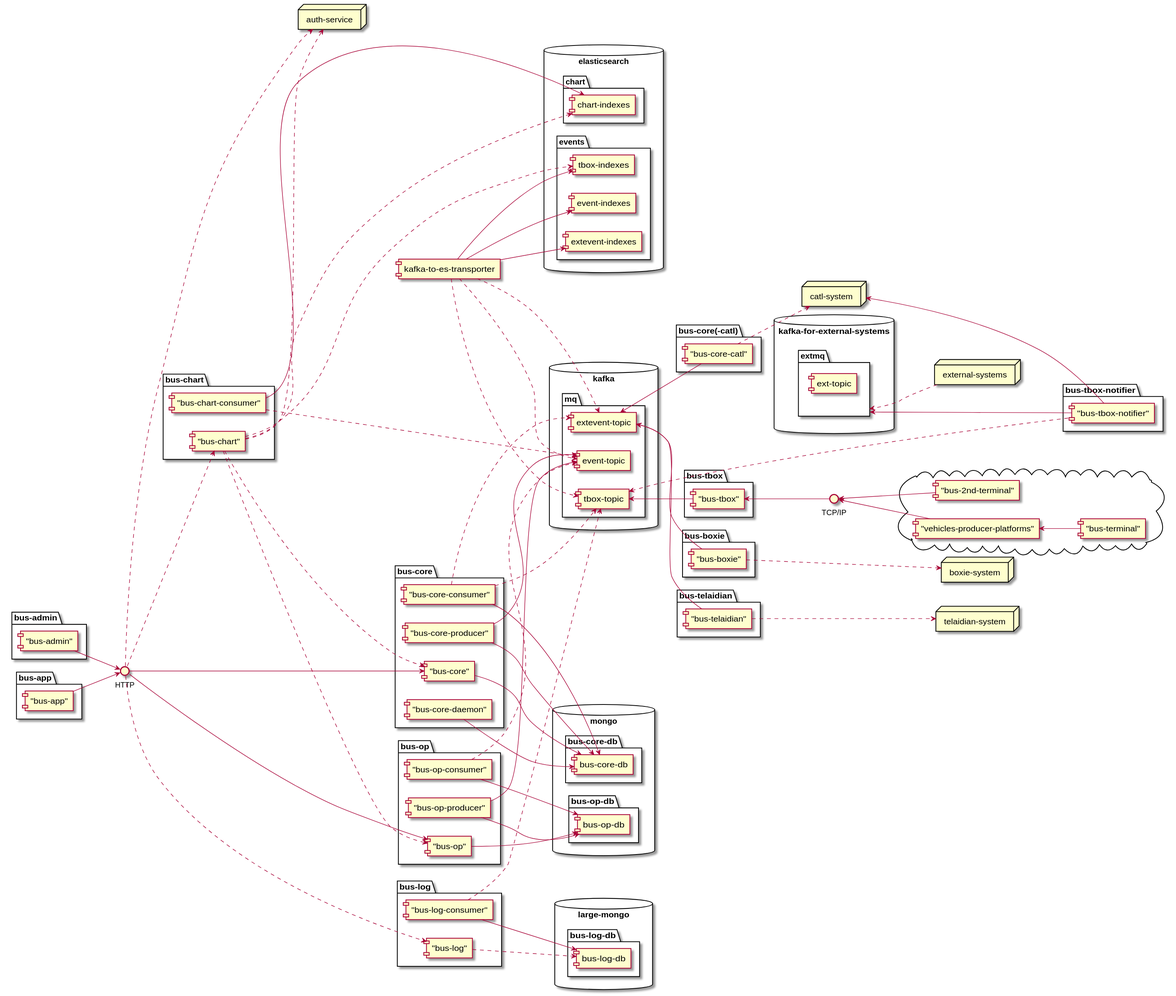
Above: arch/component-and-connector.svg in 36node/bus-docs (PlantUML), before the change.
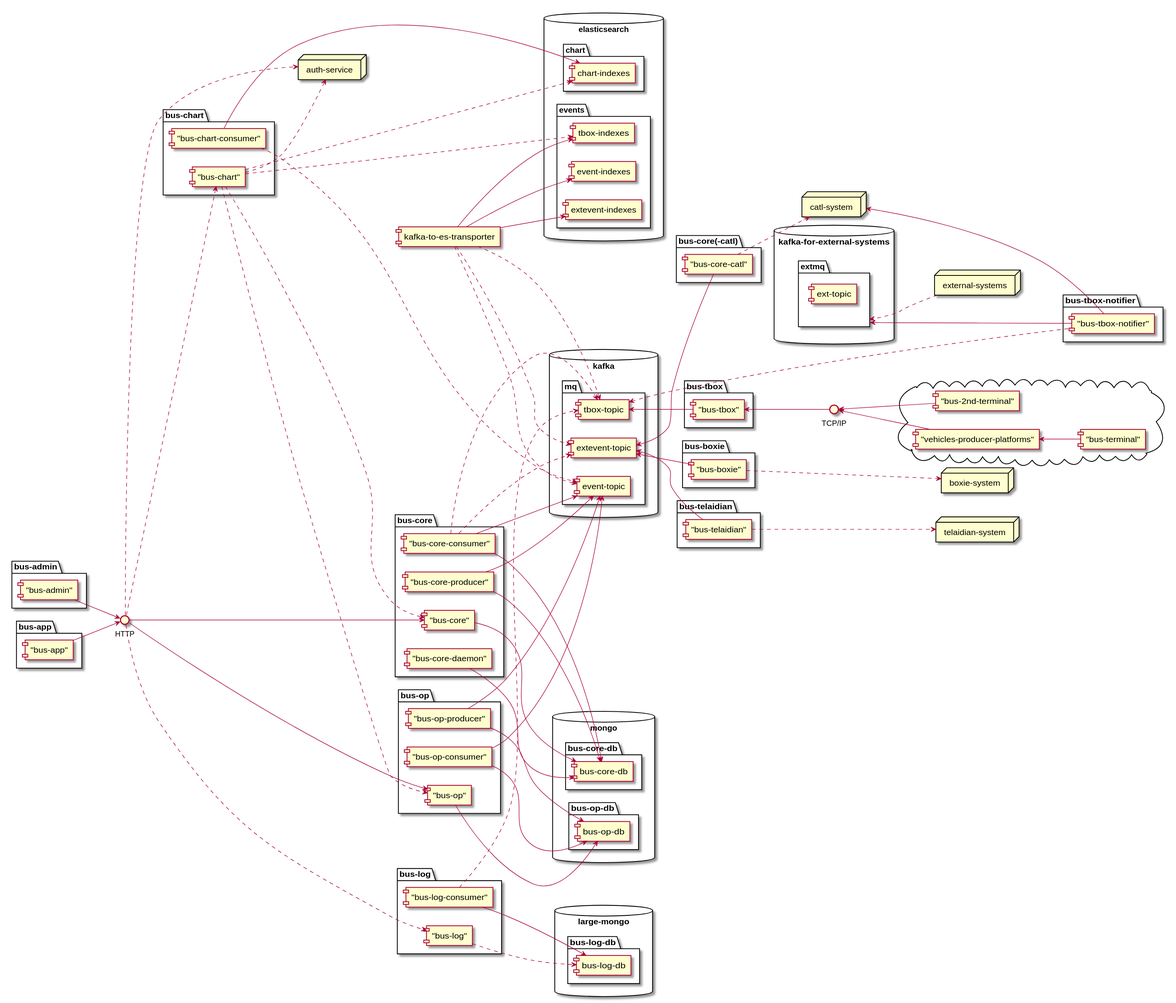
After the change.

Commit message:
update component and connector view

The edit, as a diff of the source:
```diff
@@ -71,6 +71,7 @@
 package "bus-core" {
     ["bus-core-consumer"] ...> ["tbox-topic"]
     ["bus-core-consumer"] ...> ["extevent-topic"]
+    ["bus-core-consumer"] ---> ["event-topic"]
     ["bus-core-consumer"] ---> ["bus-core-db"]
     ["bus-core"] as buscore
     buscore ---> ["bus-core-db"]
@@ -86,7 +87,7 @@
 }
 
 package "bus-op" {
-    ["bus-op-consumer"] ...> ["event-topic"]
+    ["bus-op-consumer"] ---> ["event-topic"]
     ["bus-op-consumer"] ---> ["bus-op-db"]
     ["bus-op"] as busop
     busop ---> ["bus-op-db"]
```
